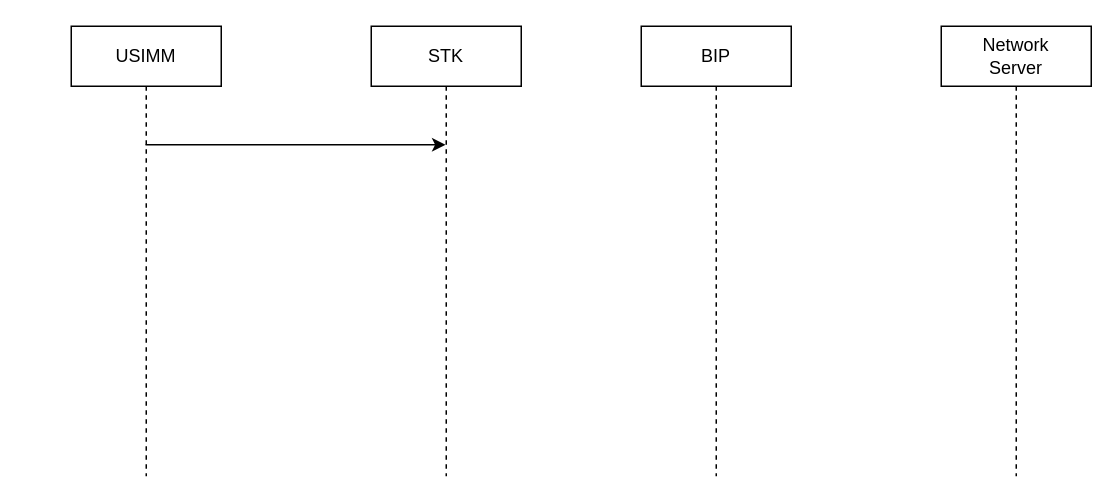
ghxbob/SIM-eSIM-Security-Research keeps this draw.io diagram as BIP业务流程.drawio. Above is the earlier version. Source tidied: cells renumbered, new cells numbered last; positions are measured from the earlier drawing's top-left corner, leaving out a move shared by most shapes. Both pictures are drawn from the tidied source at 150%, with x=0, y=0 at pixel (70, 26).
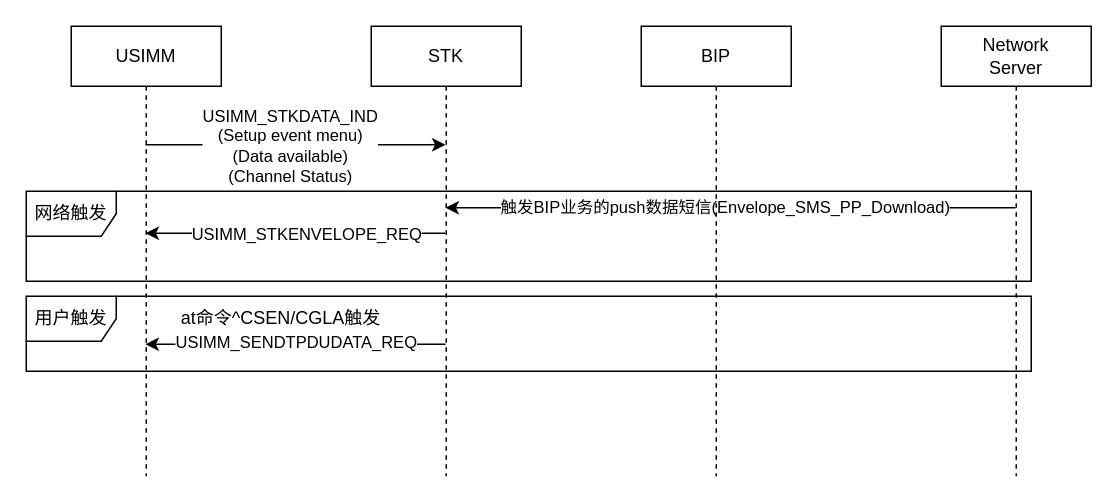
Above is the later version.

Commit message:
更新BIP业务流程.drawio

Unchanged cells that the change refers to:
```xml
<mxCell id="2" style="edgeStyle=orthogonalEdgeStyle;rounded=0;orthogonalLoop=1;jettySize=auto;html=1;curved=0;" parent="1" edge="1">
  <mxGeometry relative="1" as="geometry">
    <mxPoint x="49.5" y="79" as="sourcePoint" />
    <mxPoint x="249.5" y="79" as="targetPoint" />
  </mxGeometry>
</mxCell>
```

The edit, as a diff of the source:
```diff
@@
+    <mxCell id="7" value="USIMM_STKDATA_IND&lt;div&gt;(Setup event menu)&lt;/div&gt;&lt;div&gt;(Data available)&lt;/div&gt;&lt;div&gt;(Channel Status)&lt;/div&gt;" style="edgeLabel;html=1;align=center;verticalAlign=middle;" parent="2" vertex="1">
+      <mxGeometry x="-0.04" relative="1" as="geometry" />
+    </mxCell>
+    <mxCell id="8" style="edgeStyle=orthogonalEdgeStyle;rounded=0;orthogonalLoop=1;jettySize=auto;html=1;curved=0;startArrow=classic;startFill=1;endArrow=none;endFill=0;" parent="1" edge="1">
+      <mxGeometry relative="1" as="geometry">
+        <mxPoint x="49.5" y="138" as="sourcePoint" />
+        <mxPoint x="249.5" y="138" as="targetPoint" />
+      </mxGeometry>
+    </mxCell>
+    <mxCell id="9" value="USIMM_STKENVELOPE_REQ" style="edgeLabel;html=1;align=center;verticalAlign=middle;" parent="8" vertex="1">
+      <mxGeometry x="0.07" relative="1" as="geometry" />
+    </mxCell>
@@
+    <mxCell id="10" style="edgeStyle=orthogonalEdgeStyle;rounded=0;orthogonalLoop=1;jettySize=auto;html=1;curved=0;" parent="1" edge="1">
+      <mxGeometry relative="1" as="geometry">
+        <mxPoint x="629.5" y="121" as="sourcePoint" />
+        <mxPoint x="249.5" y="121" as="targetPoint" />
+      </mxGeometry>
+    </mxCell>
+    <mxCell id="11" value="触发BIP业务的push数据短信(Envelope_SMS_PP_Download)" style="edgeLabel;html=1;align=center;verticalAlign=middle;" parent="10" vertex="1">
+      <mxGeometry x="0.02" y="-1" relative="1" as="geometry" />
+    </mxCell>
@@
+    <mxCell id="12" style="edgeStyle=orthogonalEdgeStyle;rounded=0;orthogonalLoop=1;jettySize=auto;html=1;curved=0;" parent="1" edge="1">
+      <mxGeometry relative="1" as="geometry">
+        <mxPoint x="249.5" y="212" as="sourcePoint" />
+        <mxPoint x="49.5" y="212" as="targetPoint" />
+      </mxGeometry>
+    </mxCell>
+    <mxCell id="13" value="USIMM_SENDTPDUDATA_REQ" style="edgeLabel;html=1;align=center;verticalAlign=middle;" parent="12" vertex="1">
+      <mxGeometry y="-2" relative="1" as="geometry" />
+    </mxCell>
@@
+    <mxCell id="14" value="网络触发" style="shape=umlFrame;whiteSpace=wrap;html=1;" parent="1" vertex="1">
+      <mxGeometry x="-30" y="110" width="670" height="60" as="geometry" />
+    </mxCell>
+    <mxCell id="15" value="用户触发" style="shape=umlFrame;whiteSpace=wrap;html=1;" parent="1" vertex="1">
+      <mxGeometry x="-30" y="180" width="670" height="50" as="geometry" />
+    </mxCell>
+    <mxCell id="16" value="at命令^CSEN/CGLA触发" style="text;html=1;whiteSpace=wrap;strokeColor=none;fillColor=none;align=center;verticalAlign=middle;rounded=0;" parent="1" vertex="1">
+      <mxGeometry x="60" y="190" width="160" height="10" as="geometry" />
+    </mxCell>
```
